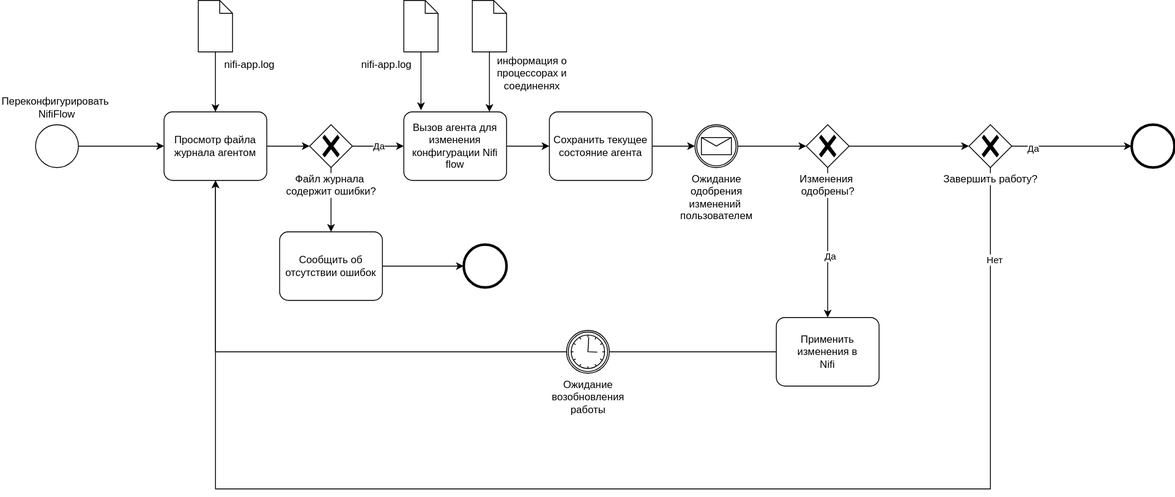
Above: docs/img/bpmn.svg in Yarosalvbud/suspicious-agents (draw.io), before the change. Source tidied: cells renumbered, new cells last; positions are measured from the earlier drawing's top-left corner, leaving out a move shared by most shapes.
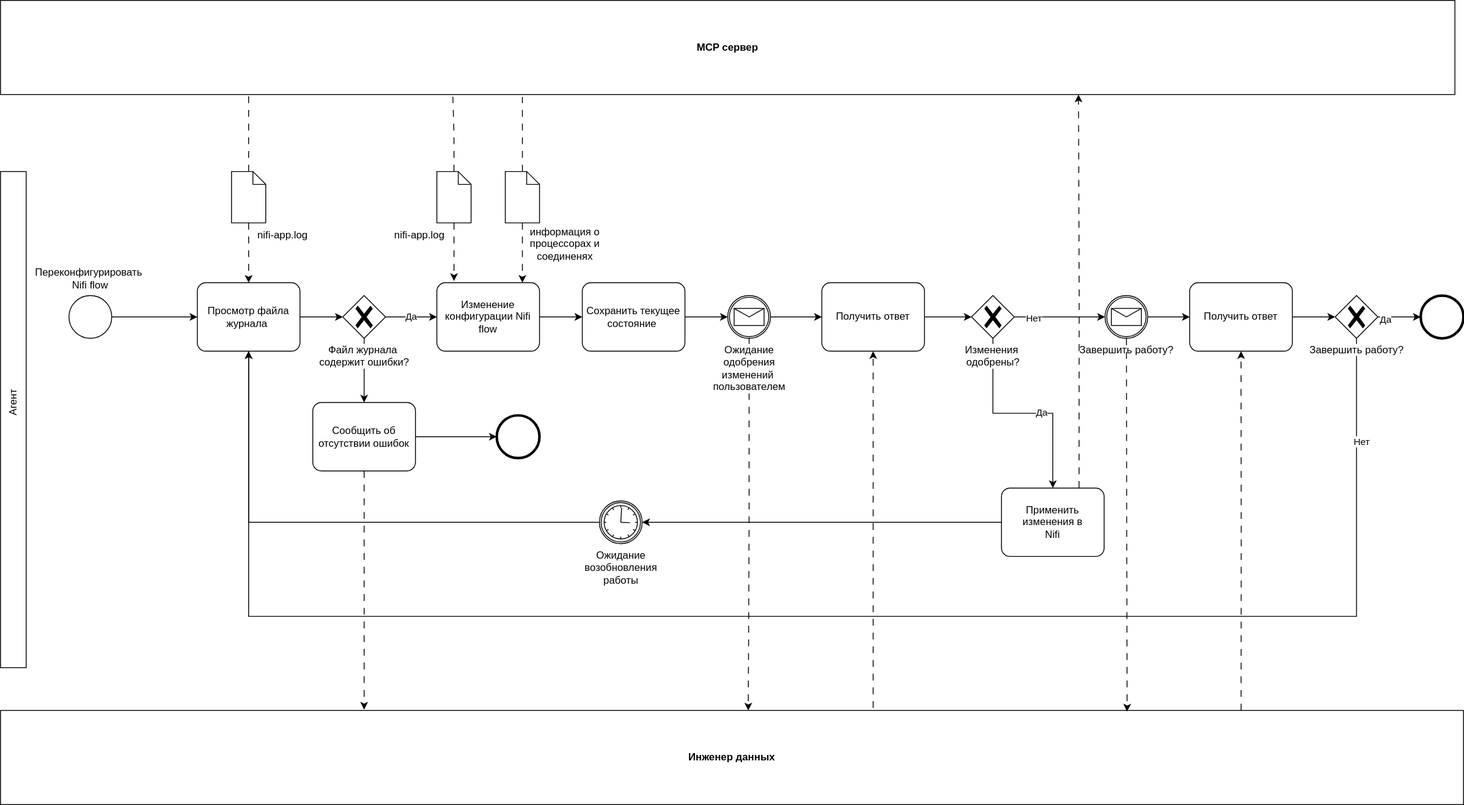
After the commit.

Commit message:
Добавлены диаграммы

Diff of the diagram source:
```diff
@@ -5,7 +5,7 @@
     <mxCell id="2" style="shape=mxgraph.bpmn.event;html=1;verticalLabelPosition=bottom;labelBackgroundColor=#ffffff;verticalAlign=top;align=center;perimeter=ellipsePerimeter;outline=standard;symbol=general;" parent="1" vertex="1">
       <mxGeometry x="5" y="145" width="50" height="50" as="geometry" />
     </mxCell>
-    <mxCell id="3" value="Переконфигурировать&amp;nbsp;&lt;br&gt;NifiFlow" style="text;html=1;whiteSpace=wrap;strokeColor=none;fillColor=none;align=center;verticalAlign=middle;rounded=0;" parent="1" vertex="1">
+    <mxCell id="3" value="Переконфигурировать&amp;nbsp;&lt;br&gt;Nifi flow" style="text;html=1;whiteSpace=wrap;strokeColor=none;fillColor=none;align=center;verticalAlign=middle;rounded=0;" parent="1" vertex="1">
       <mxGeometry y="110" width="60" height="30" as="geometry" />
     </mxCell>
     <mxCell id="4" style="edgeStyle=orthogonalEdgeStyle;rounded=0;jettySize=auto;html=1;endArrow=none;endFill=0;startArrow=classic;startFill=1;" parent="1" edge="1" source="5">
@@ -13,13 +13,13 @@
         <mxPoint x="55" y="170" as="targetPoint" />
       </mxGeometry>
     </mxCell>
-    <mxCell id="5" value="Просмотр файла журнала агентом" style="points=[[0.25,0,0],[0.5,0,0],[0.75,0,0],[1,0.25,0],[1,0.5,0],[1,0.75,0],[0.75,1,0],[0.5,1,0],[0.25,1,0],[0,0.75,0],[0,0.5,0],[0,0.25,0]];shape=mxgraph.bpmn.task2;whiteSpace=wrap;rectStyle=rounded;size=10;html=1;taskMarker=abstract;" parent="1" vertex="1">
+    <mxCell id="5" value="Просмотр файла журнала&amp;nbsp;" style="points=[[0.25,0,0],[0.5,0,0],[0.75,0,0],[1,0.25,0],[1,0.5,0],[1,0.75,0],[0.75,1,0],[0.5,1,0],[0.25,1,0],[0,0.75,0],[0,0.5,0],[0,0.25,0]];shape=mxgraph.bpmn.task2;whiteSpace=wrap;rectStyle=rounded;size=10;html=1;taskMarker=abstract;" parent="1" vertex="1">
       <mxGeometry x="155" y="130" width="120" height="80" as="geometry" />
     </mxCell>
     <mxCell id="6" value="&lt;div&gt;&lt;br&gt;&lt;/div&gt;" style="shape=mxgraph.bpmn.data2;labelPosition=center;verticalLabelPosition=bottom;align=center;verticalAlign=top;size=15;html=1;" parent="1" vertex="1">
       <mxGeometry x="195" width="40" height="60" as="geometry" />
     </mxCell>
-    <mxCell id="7" style="edgeStyle=orthogonalEdgeStyle;rounded=0;jettySize=auto;html=1;entryX=0.5;entryY=0;entryDx=0;entryDy=0;entryPerimeter=0;" parent="1" edge="1" source="6" target="5">
+    <mxCell id="7" style="edgeStyle=orthogonalEdgeStyle;rounded=0;jettySize=auto;html=1;entryX=0.5;entryY=0;entryDx=0;entryDy=0;entryPerimeter=0;dashed=1;dashPattern=8 8;" parent="1" edge="1" source="6" target="5">
       <mxGeometry relative="1" as="geometry" />
     </mxCell>
     <mxCell id="8" style="edgeStyle=orthogonalEdgeStyle;rounded=0;jettySize=auto;html=1;" parent="1" edge="1" source="9">
@@ -33,7 +33,7 @@
     <mxCell id="10" style="edgeStyle=orthogonalEdgeStyle;rounded=0;jettySize=auto;html=1;entryX=0;entryY=0.5;entryDx=0;entryDy=0;entryPerimeter=0;" parent="1" edge="1" source="5" target="9">
       <mxGeometry relative="1" as="geometry" />
     </mxCell>
-    <mxCell id="11" value="Вызов агента для изменения конфигурации Nifi flow" style="points=[[0.25,0,0],[0.5,0,0],[0.75,0,0],[1,0.25,0],[1,0.5,0],[1,0.75,0],[0.75,1,0],[0.5,1,0],[0.25,1,0],[0,0.75,0],[0,0.5,0],[0,0.25,0]];shape=mxgraph.bpmn.task2;whiteSpace=wrap;rectStyle=rounded;size=10;html=1;taskMarker=abstract;" parent="1" vertex="1">
+    <mxCell id="11" value="Изменение конфигурации Nifi flow" style="points=[[0.25,0,0],[0.5,0,0],[0.75,0,0],[1,0.25,0],[1,0.5,0],[1,0.75,0],[0.75,1,0],[0.5,1,0],[0.25,1,0],[0,0.75,0],[0,0.5,0],[0,0.25,0]];shape=mxgraph.bpmn.task2;whiteSpace=wrap;rectStyle=rounded;size=10;html=1;taskMarker=abstract;" parent="1" vertex="1">
       <mxGeometry x="435" y="130" width="120" height="80" as="geometry" />
     </mxCell>
     <mxCell id="12" value="Да" style="edgeStyle=orthogonalEdgeStyle;rounded=0;jettySize=auto;html=1;entryX=0;entryY=0.5;entryDx=0;entryDy=0;entryPerimeter=0;" parent="1" edge="1" source="9" target="11">
@@ -48,11 +48,13 @@
     <mxCell id="15" value="nifi-app.log" style="text;html=1;whiteSpace=wrap;strokeColor=none;fillColor=none;align=center;verticalAlign=middle;rounded=0;" parent="1" vertex="1">
       <mxGeometry x="215" y="60" width="80" height="30" as="geometry" />
     </mxCell>
-    <mxCell id="16" style="edgeStyle=orthogonalEdgeStyle;rounded=0;jettySize=auto;html=1;entryX=0.167;entryY=-0.025;entryDx=0;entryDy=0;entryPerimeter=0;" parent="1" edge="1" source="13" target="11">
+    <mxCell id="16" style="edgeStyle=orthogonalEdgeStyle;rounded=0;jettySize=auto;html=1;entryX=0.167;entryY=-0.025;entryDx=0;entryDy=0;entryPerimeter=0;dashed=1;dashPattern=8 8;" parent="1" edge="1" source="13" target="11">
       <mxGeometry relative="1" as="geometry" />
     </mxCell>
-    <mxCell id="17" style="edgeStyle=orthogonalEdgeStyle;rounded=0;jettySize=auto;html=1;entryX=0.833;entryY=0;entryDx=0;entryDy=0;entryPerimeter=0;" parent="1" edge="1" source="14" target="11">
-      <mxGeometry relative="1" as="geometry" />
+    <mxCell id="17" style="edgeStyle=orthogonalEdgeStyle;rounded=0;jettySize=auto;html=1;dashed=1;dashPattern=8 8;" parent="1" edge="1" source="14">
+      <mxGeometry relative="1" as="geometry">
+        <mxPoint x="535" y="130" as="targetPoint" />
+      </mxGeometry>
     </mxCell>
     <mxCell id="18" value="nifi-app.log" style="text;html=1;whiteSpace=wrap;strokeColor=none;fillColor=none;align=center;verticalAlign=middle;rounded=0;" parent="1" vertex="1">
       <mxGeometry x="375" y="60" width="80" height="30" as="geometry" />
@@ -66,41 +68,31 @@
     <mxCell id="21" value="Да" style="edgeLabel;html=1;align=center;verticalAlign=middle;" parent="20" vertex="1">
       <mxGeometry x="0.18" y="2" relative="1" as="geometry" />
     </mxCell>
-    <mxCell id="22" style="edgeStyle=orthogonalEdgeStyle;rounded=0;jettySize=auto;html=1;" parent="1" edge="1" source="23" target="29">
-      <mxGeometry relative="1" as="geometry" />
-    </mxCell>
     <mxCell id="23" value="Изменения&amp;nbsp;&lt;br&gt;одобрены?" style="points=[[0.25,0.25,0],[0.5,0,0],[0.75,0.25,0],[1,0.5,0],[0.75,0.75,0],[0.5,1,0],[0.25,0.75,0],[0,0.5,0]];shape=mxgraph.bpmn.gateway2;html=1;verticalLabelPosition=bottom;labelBackgroundColor=#ffffff;verticalAlign=top;align=center;perimeter=rhombusPerimeter;outlineConnect=0;outline=none;symbol=none;gwType=exclusive;" parent="1" vertex="1">
-      <mxGeometry x="905" y="145" width="50" height="50" as="geometry" />
+      <mxGeometry x="1060" y="145" width="50" height="50" as="geometry" />
     </mxCell>
-    <mxCell id="24" style="edgeStyle=orthogonalEdgeStyle;rounded=0;jettySize=auto;html=1;entryX=0;entryY=0.5;entryDx=0;entryDy=0;entryPerimeter=0;" parent="1" edge="1" target="23">
-      <mxGeometry relative="1" as="geometry">
-        <mxPoint x="825" y="170" as="sourcePoint" />
-      </mxGeometry>
-    </mxCell>
-    <mxCell id="25" style="edgeStyle=orthogonalEdgeStyle;rounded=0;jettySize=auto;html=1;" parent="1" edge="1" source="26" target="5">
-      <mxGeometry relative="1" as="geometry" />
-    </mxCell>
+    <mxCell id="41" style="edgeStyle=orthogonalEdgeStyle;rounded=0;jettySize=auto;html=1;" parent="1" edge="1" source="26" target="39">
+      <mxGeometry relative="1" as="geometry" />
+    </mxCell>
     <mxCell id="26" value="Применить изменения в&lt;br&gt;Nifi" style="points=[[0.25,0,0],[0.5,0,0],[0.75,0,0],[1,0.25,0],[1,0.5,0],[1,0.75,0],[0.75,1,0],[0.5,1,0],[0.25,1,0],[0,0.75,0],[0,0.5,0],[0,0.25,0]];shape=mxgraph.bpmn.task2;whiteSpace=wrap;rectStyle=rounded;size=10;html=1;taskMarker=abstract;" parent="1" vertex="1">
-      <mxGeometry x="870" y="370" width="120" height="80" as="geometry" />
+      <mxGeometry x="1095" y="370" width="120" height="80" as="geometry" />
     </mxCell>
-    <mxCell id="27" style="edgeStyle=orthogonalEdgeStyle;rounded=0;jettySize=auto;html=1;" parent="1" edge="1" source="29">
-      <mxGeometry relative="1" as="geometry">
-        <mxPoint x="215" y="210" as="targetPoint" />
-        <Array as="points">
-          <mxPoint x="1120" y="570" />
-          <mxPoint x="215" y="570" />
-          <mxPoint x="215" y="210" />
-        </Array>
-      </mxGeometry>
-    </mxCell>
-    <mxCell id="28" value="Нет" style="edgeLabel;html=1;align=center;verticalAlign=middle;" parent="27" vertex="1">
-      <mxGeometry x="-0.87" y="4" relative="1" as="geometry" />
-    </mxCell>
+    <mxCell id="42" style="edgeStyle=orthogonalEdgeStyle;rounded=0;jettySize=auto;html=1;entryX=0.5;entryY=1;entryDx=0;entryDy=0;entryPerimeter=0;" parent="1" edge="1" source="29" target="5">
+      <mxGeometry relative="1" as="geometry">
+        <Array as="points">
+          <mxPoint x="1510" y="520" />
+          <mxPoint x="215" y="520" />
+        </Array>
+      </mxGeometry>
+    </mxCell>
+    <mxCell id="43" value="Нет" style="edgeLabel;html=1;align=center;verticalAlign=middle;" parent="42" vertex="1">
+      <mxGeometry x="-0.88" y="5" relative="1" as="geometry" />
+    </mxCell>
     <mxCell id="29" value="Завершить работу?" style="points=[[0.25,0.25,0],[0.5,0,0],[0.75,0.25,0],[1,0.5,0],[0.75,0.75,0],[0.5,1,0],[0.25,0.75,0],[0,0.5,0]];shape=mxgraph.bpmn.gateway2;html=1;verticalLabelPosition=bottom;labelBackgroundColor=#ffffff;verticalAlign=top;align=center;perimeter=rhombusPerimeter;outlineConnect=0;outline=none;symbol=none;gwType=exclusive;" parent="1" vertex="1">
-      <mxGeometry x="1095" y="145" width="50" height="50" as="geometry" />
+      <mxGeometry x="1485" y="145" width="50" height="50" as="geometry" />
     </mxCell>
     <mxCell id="30" style="points=[[0.145,0.145,0],[0.5,0,0],[0.855,0.145,0],[1,0.5,0],[0.855,0.855,0],[0.5,1,0],[0.145,0.855,0],[0,0.5,0]];shape=mxgraph.bpmn.event;html=1;verticalLabelPosition=bottom;labelBackgroundColor=#ffffff;verticalAlign=top;align=center;perimeter=ellipsePerimeter;outlineConnect=0;outline=end;symbol=terminate2;" parent="1" vertex="1">
-      <mxGeometry x="1285" y="145" width="50" height="50" as="geometry" />
+      <mxGeometry x="1585" y="145" width="50" height="50" as="geometry" />
     </mxCell>
     <mxCell id="31" style="edgeStyle=orthogonalEdgeStyle;rounded=0;jettySize=auto;html=1;entryX=0;entryY=0.5;entryDx=0;entryDy=0;entryPerimeter=0;" parent="1" edge="1" source="29" target="30">
       <mxGeometry relative="1" as="geometry" />
@@ -108,7 +100,7 @@
     <mxCell id="32" value="Да" style="edgeLabel;html=1;align=center;verticalAlign=middle;" parent="31" vertex="1">
       <mxGeometry x="-0.65" y="-2" relative="1" as="geometry" />
     </mxCell>
-    <mxCell id="33" value="Сохранить текущее состояние агента" style="points=[[0.25,0,0],[0.5,0,0],[0.75,0,0],[1,0.25,0],[1,0.5,0],[1,0.75,0],[0.75,1,0],[0.5,1,0],[0.25,1,0],[0,0.75,0],[0,0.5,0],[0,0.25,0]];shape=mxgraph.bpmn.task2;whiteSpace=wrap;rectStyle=rounded;size=10;html=1;taskMarker=abstract;" parent="1" vertex="1">
+    <mxCell id="33" value="Сохранить текущее состояние&amp;nbsp;" style="points=[[0.25,0,0],[0.5,0,0],[0.75,0,0],[1,0.25,0],[1,0.5,0],[1,0.75,0],[0.75,1,0],[0.5,1,0],[0.25,1,0],[0,0.75,0],[0,0.5,0],[0,0.25,0]];shape=mxgraph.bpmn.task2;whiteSpace=wrap;rectStyle=rounded;size=10;html=1;taskMarker=abstract;" parent="1" vertex="1">
       <mxGeometry x="605" y="130" width="120" height="80" as="geometry" />
     </mxCell>
     <mxCell id="34" style="edgeStyle=orthogonalEdgeStyle;rounded=0;jettySize=auto;html=1;entryX=0;entryY=0.5;entryDx=0;entryDy=0;entryPerimeter=0;" parent="1" edge="1" source="11" target="33">
@@ -131,8 +123,97 @@
     <mxCell id="39" value="Ожидание&lt;br&gt;возобновления&lt;br&gt;работы" style="points=[[0.145,0.145,0],[0.5,0,0],[0.855,0.145,0],[1,0.5,0],[0.855,0.855,0],[0.5,1,0],[0.145,0.855,0],[0,0.5,0]];shape=mxgraph.bpmn.event;html=1;verticalLabelPosition=bottom;labelBackgroundColor=#ffffff;verticalAlign=top;align=center;perimeter=ellipsePerimeter;outlineConnect=0;outline=catching;symbol=timer;" parent="1" vertex="1">
       <mxGeometry x="625" y="385" width="50" height="50" as="geometry" />
     </mxCell>
+    <mxCell id="44" style="edgeStyle=orthogonalEdgeStyle;rounded=0;jettySize=auto;html=1;dashed=1;dashPattern=8 8;" parent="1" edge="1" source="40">
+      <mxGeometry relative="1" as="geometry">
+        <mxPoint x="799" y="630" as="targetPoint" />
+      </mxGeometry>
+    </mxCell>
     <mxCell id="40" value="Ожидание&lt;br&gt;одобрения&lt;br&gt;изменений&amp;nbsp;&lt;br&gt;пользователем" style="points=[[0.145,0.145,0],[0.5,0,0],[0.855,0.145,0],[1,0.5,0],[0.855,0.855,0],[0.5,1,0],[0.145,0.855,0],[0,0.5,0]];shape=mxgraph.bpmn.event;html=1;verticalLabelPosition=bottom;labelBackgroundColor=#ffffff;verticalAlign=top;align=center;perimeter=ellipsePerimeter;outlineConnect=0;outline=catching;symbol=message;" parent="1" vertex="1">
       <mxGeometry x="775" y="145" width="50" height="50" as="geometry" />
     </mxCell>
+    <mxCell id="45" style="fontStyle=1;whiteSpace=wrap;html=1;direction=south;" parent="1" vertex="1">
+      <mxGeometry x="-75" width="30" height="580" as="geometry" />
+    </mxCell>
+    <mxCell id="46" value="Агент" style="text;html=1;whiteSpace=wrap;strokeColor=none;fillColor=none;align=center;verticalAlign=middle;rounded=0;rotation=270;" parent="1" vertex="1">
+      <mxGeometry x="-90" y="255" width="60" height="30" as="geometry" />
+    </mxCell>
+    <mxCell id="47" value="MCP сервер" style="fontStyle=1;whiteSpace=wrap;html=1;direction=west;" parent="1" vertex="1">
+      <mxGeometry x="-75" y="-200" width="1700" height="110" as="geometry" />
+    </mxCell>
+    <mxCell id="48" value="Инженер данных" style="fontStyle=1;whiteSpace=wrap;html=1;direction=west;" parent="1" vertex="1">
+      <mxGeometry x="-75" y="630" width="1710" height="110" as="geometry" />
+    </mxCell>
+    <mxCell id="49" style="edgeStyle=orthogonalEdgeStyle;rounded=0;jettySize=auto;html=1;dashed=1;dashPattern=8 8;endArrow=none;endFill=0;" parent="1" edge="1" source="6">
+      <mxGeometry relative="1" as="geometry">
+        <mxPoint x="215" y="-90" as="targetPoint" />
+        <Array as="points">
+          <mxPoint x="215" y="-88" />
+        </Array>
+      </mxGeometry>
+    </mxCell>
+    <mxCell id="50" style="edgeStyle=orthogonalEdgeStyle;rounded=0;jettySize=auto;html=1;entryX=0.689;entryY=-0.023;entryDx=0;entryDy=0;entryPerimeter=0;dashed=1;dashPattern=8 8;endArrow=none;endFill=0;" parent="1" edge="1" source="13" target="47">
+      <mxGeometry relative="1" as="geometry" />
+    </mxCell>
+    <mxCell id="51" style="edgeStyle=orthogonalEdgeStyle;rounded=0;jettySize=auto;html=1;dashed=1;dashPattern=8 8;endArrow=none;endFill=0;" parent="1" edge="1" source="14">
+      <mxGeometry relative="1" as="geometry">
+        <mxPoint x="535" y="-87" as="targetPoint" />
+      </mxGeometry>
+    </mxCell>
+    <mxCell id="52" value="Получить ответ" style="points=[[0.25,0,0],[0.5,0,0],[0.75,0,0],[1,0.25,0],[1,0.5,0],[1,0.75,0],[0.75,1,0],[0.5,1,0],[0.25,1,0],[0,0.75,0],[0,0.5,0],[0,0.25,0]];shape=mxgraph.bpmn.task2;whiteSpace=wrap;rectStyle=rounded;size=10;html=1;taskMarker=abstract;" parent="1" vertex="1">
+      <mxGeometry x="885" y="130" width="120" height="80" as="geometry" />
+    </mxCell>
+    <mxCell id="53" style="edgeStyle=orthogonalEdgeStyle;rounded=0;jettySize=auto;html=1;entryX=0;entryY=0.5;entryDx=0;entryDy=0;entryPerimeter=0;" parent="1" edge="1" source="40" target="52">
+      <mxGeometry relative="1" as="geometry" />
+    </mxCell>
+    <mxCell id="54" style="edgeStyle=orthogonalEdgeStyle;rounded=0;jettySize=auto;html=1;entryX=0;entryY=0.5;entryDx=0;entryDy=0;entryPerimeter=0;" parent="1" edge="1" source="52" target="23">
+      <mxGeometry relative="1" as="geometry" />
+    </mxCell>
+    <mxCell id="55" style="edgeStyle=orthogonalEdgeStyle;rounded=0;jettySize=auto;html=1;dashed=1;dashPattern=8 8;" parent="1" edge="1" target="52">
+      <mxGeometry relative="1" as="geometry">
+        <mxPoint x="945" y="627" as="sourcePoint" />
+      </mxGeometry>
+    </mxCell>
+    <mxCell id="56" style="edgeStyle=orthogonalEdgeStyle;rounded=0;jettySize=auto;html=1;entryX=0.5;entryY=1;entryDx=0;entryDy=0;entryPerimeter=0;" parent="1" edge="1" source="39" target="5">
+      <mxGeometry relative="1" as="geometry" />
+    </mxCell>
+    <mxCell id="57" style="edgeStyle=orthogonalEdgeStyle;rounded=0;orthogonalLoop=1;jettySize=auto;html=1;entryX=0.217;entryY=-0.002;entryDx=0;entryDy=0;entryPerimeter=0;dashed=1;dashPattern=8 8;" parent="1" edge="1">
+      <mxGeometry relative="1" as="geometry">
+        <mxPoint x="1185.7" y="369.8" as="sourcePoint" />
+        <mxPoint x="1185" y="-90" as="targetPoint" />
+      </mxGeometry>
+    </mxCell>
+    <mxCell id="58" style="edgeStyle=orthogonalEdgeStyle;rounded=0;jettySize=auto;html=1;dashed=1;dashPattern=8 8;" parent="1" edge="1" source="36">
+      <mxGeometry relative="1" as="geometry">
+        <mxPoint x="350" y="629" as="targetPoint" />
+      </mxGeometry>
+    </mxCell>
+    <mxCell id="59" value="Завершить работу?" style="points=[[0.145,0.145,0],[0.5,0,0],[0.855,0.145,0],[1,0.5,0],[0.855,0.855,0],[0.5,1,0],[0.145,0.855,0],[0,0.5,0]];shape=mxgraph.bpmn.event;html=1;verticalLabelPosition=bottom;labelBackgroundColor=#ffffff;verticalAlign=top;align=center;perimeter=ellipsePerimeter;outlineConnect=0;outline=catching;symbol=message;" parent="1" vertex="1">
+      <mxGeometry x="1216" y="145" width="50" height="50" as="geometry" />
+    </mxCell>
+    <mxCell id="60" style="edgeStyle=orthogonalEdgeStyle;rounded=0;jettySize=auto;html=1;entryX=0.23;entryY=0.989;entryDx=0;entryDy=0;entryPerimeter=0;dashed=1;dashPattern=8 8;" parent="1" edge="1" source="59" target="48">
+      <mxGeometry relative="1" as="geometry">
+        <Array as="points">
+          <mxPoint x="1242" y="628" />
+        </Array>
+      </mxGeometry>
+    </mxCell>
+    <mxCell id="61" style="edgeStyle=orthogonalEdgeStyle;rounded=0;jettySize=auto;html=1;entryX=0;entryY=0.5;entryDx=0;entryDy=0;entryPerimeter=0;" parent="1" edge="1" source="23" target="59">
+      <mxGeometry relative="1" as="geometry" />
+    </mxCell>
+    <mxCell id="62" value="Нет" style="edgeLabel;html=1;align=center;verticalAlign=middle;" parent="61" vertex="1">
+      <mxGeometry x="-0.57" y="-1" relative="1" as="geometry" />
+    </mxCell>
+    <mxCell id="63" value="Получить ответ" style="points=[[0.25,0,0],[0.5,0,0],[0.75,0,0],[1,0.25,0],[1,0.5,0],[1,0.75,0],[0.75,1,0],[0.5,1,0],[0.25,1,0],[0,0.75,0],[0,0.5,0],[0,0.25,0]];shape=mxgraph.bpmn.task2;whiteSpace=wrap;rectStyle=rounded;size=10;html=1;taskMarker=abstract;" parent="1" vertex="1">
+      <mxGeometry x="1315" y="130" width="120" height="80" as="geometry" />
+    </mxCell>
+    <mxCell id="64" style="edgeStyle=orthogonalEdgeStyle;rounded=0;jettySize=auto;html=1;entryX=0;entryY=0.5;entryDx=0;entryDy=0;entryPerimeter=0;" parent="1" edge="1" source="59" target="63">
+      <mxGeometry relative="1" as="geometry" />
+    </mxCell>
+    <mxCell id="65" style="edgeStyle=orthogonalEdgeStyle;rounded=0;jettySize=auto;html=1;exitX=0.152;exitY=0.999;exitDx=0;exitDy=0;exitPerimeter=0;dashed=1;dashPattern=8 8;" parent="1" edge="1" source="48" target="63">
+      <mxGeometry relative="1" as="geometry" />
+    </mxCell>
+    <mxCell id="66" style="edgeStyle=orthogonalEdgeStyle;rounded=0;jettySize=auto;html=1;entryX=0;entryY=0.5;entryDx=0;entryDy=0;entryPerimeter=0;" parent="1" edge="1" source="63" target="29">
+      <mxGeometry relative="1" as="geometry" />
+    </mxCell>
   </root>
 </mxGraphModel>
```
